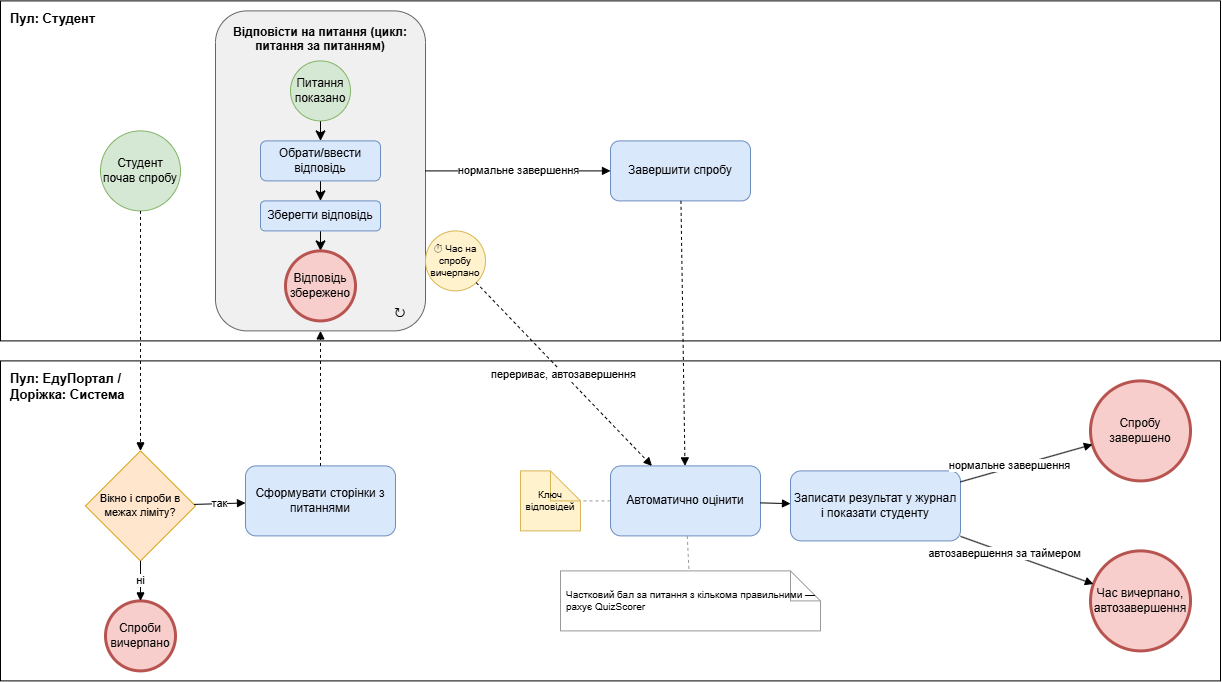
Above: docs/sprint1/bpmn/03_quiz.png in GlitchBelyi/labsTZYPS (draw.io), before the change. Source tidied: cells renumbered, new cells last; positions are measured from the earlier drawing's top-left corner, leaving out a move shared by most shapes.
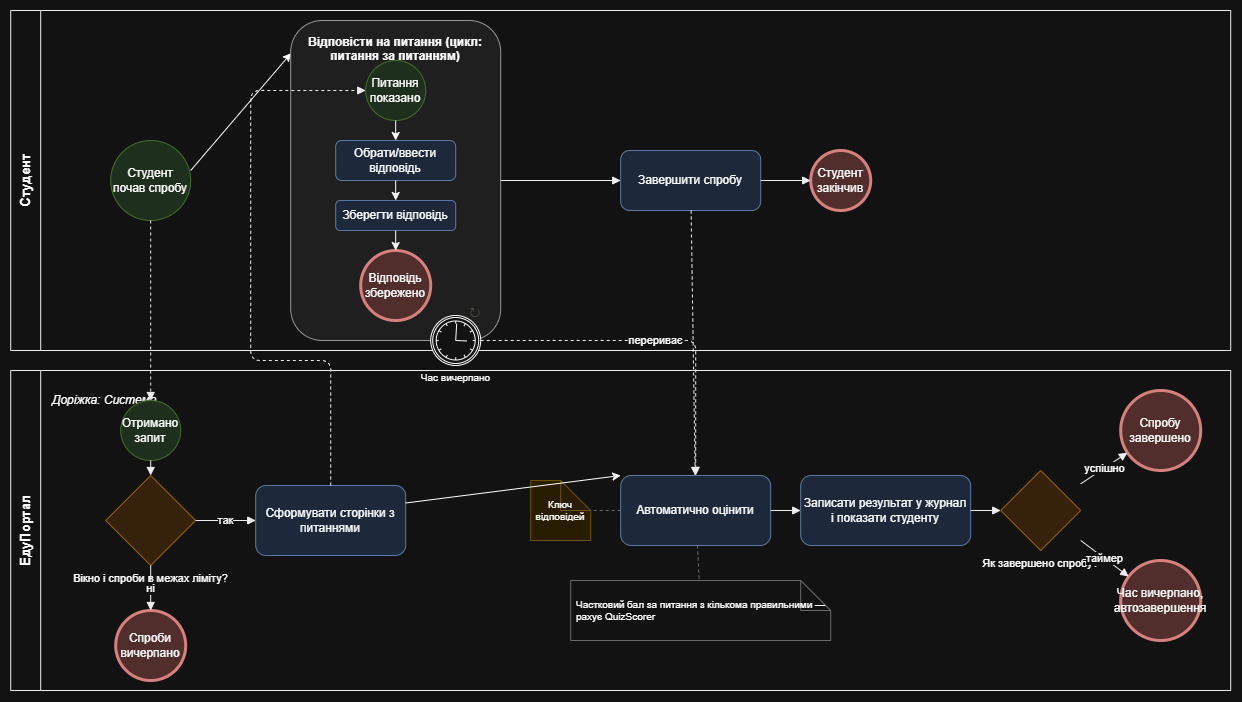
After the change.

Change to the diagram source:
```diff
@@ -2,32 +2,46 @@
   <root>
     <mxCell id="0" />
     <mxCell id="1" parent="0" />
-    <mxCell id="2" value="&lt;span style=&quot;color: light-dark(rgb(0, 0, 0), rgb(72, 71, 61));&quot;&gt;Пул: Студент&lt;/span&gt;" style="rounded=0;whiteSpace=wrap;html=1;fillColor=none;strokeColor=#000000;verticalAlign=top;align=left;fontStyle=1;fontSize=13;spacingLeft=8;spacingTop=4;" parent="1" vertex="1">
+    <mxCell id="2" value="Студент" style="swimlane;html=1;horizontal=0;whiteSpace=wrap;startSize=30;fillColor=none;strokeColor=#000000;fontStyle=1;fontSize=13;" parent="1" vertex="1">
       <mxGeometry width="1220" height="340" as="geometry" />
     </mxCell>
+    <mxCell id="37" style="endArrow=classic;html=1;rounded=0;entryX=0.002;entryY=0.102;entryDx=0;entryDy=0;entryPerimeter=0;" parent="2" edge="1" target="5">
+      <mxGeometry relative="1" as="geometry">
+        <mxPoint x="180" y="160" as="sourcePoint" />
+      </mxGeometry>
+    </mxCell>
-    <mxCell id="3" value="Пул: ЕдуПортал /&amp;nbsp;&lt;div&gt;Доріжка: Система&lt;/div&gt;" style="rounded=0;whiteSpace=wrap;html=1;fillColor=none;strokeColor=#000000;verticalAlign=top;align=left;fontStyle=1;fontSize=13;spacingLeft=8;spacingTop=4;" parent="1" vertex="1">
+    <mxCell id="3" value="ЕдуПортал" style="swimlane;html=1;horizontal=0;whiteSpace=wrap;startSize=30;fillColor=none;strokeColor=#000000;fontStyle=1;fontSize=13;" parent="1" vertex="1">
       <mxGeometry y="360" width="1220" height="320" as="geometry" />
     </mxCell>
+    <mxCell id="38" value="Доріжка: Система" style="text;html=1;align=left;verticalAlign=middle;fontStyle=2;fontSize=12;" parent="1" vertex="1">
+      <mxGeometry x="40" y="380" width="220" height="20" as="geometry" />
+    </mxCell>
     <mxCell id="4" value="Студент почав спробу" style="ellipse;whiteSpace=wrap;html=1;fillColor=#d5e8d4;strokeColor=#82b366;" parent="1" vertex="1">
       <mxGeometry x="100" y="130" width="80" height="80" as="geometry" />
     </mxCell>
+    <mxCell id="39" value="Отримано запит" style="ellipse;whiteSpace=wrap;html=1;fillColor=#d5e8d4;strokeColor=#82b366;" parent="1" vertex="1">
+      <mxGeometry x="110" y="390" width="60" height="60" as="geometry" />
+    </mxCell>
     <mxCell id="5" value="Відповісти на питання (цикл: питання за питанням)" style="rounded=1;whiteSpace=wrap;html=1;fillColor=#f0f0f0;strokeColor=#666666;verticalAlign=top;align=center;spacingTop=8;fontStyle=1;" parent="1" vertex="1">
-      <mxGeometry x="215" y="10" width="210" height="320" as="geometry" />
+      <mxGeometry x="280" y="10" width="210" height="320" as="geometry" />
     </mxCell>
-    <mxCell id="6" value="⏱ Час на спробу вичерпано" style="ellipse;whiteSpace=wrap;html=1;fillColor=#fff2cc;strokeColor=#d6b656;fontSize=10;" parent="1" vertex="1">
-      <mxGeometry x="425" y="230" width="60" height="60" as="geometry" />
+    <mxCell id="6" value="Час вичерпано" style="shape=mxgraph.bpmn.event;html=1;verticalLabelPosition=bottom;labelBackgroundColor=#ffffff;verticalAlign=top;align=center;perimeter=ellipsePerimeter;outlineConnect=0;outline=catching;symbol=timer;labelPosition=center;spacingTop=0;fontSize=10;" parent="1" vertex="1">
+      <mxGeometry x="420" y="305" width="50" height="50" as="geometry" />
     </mxCell>
     <mxCell id="7" value="Завершити спробу" style="rounded=1;whiteSpace=wrap;html=1;fillColor=#dae8fc;strokeColor=#6c8ebf;" parent="1" vertex="1">
       <mxGeometry x="610" y="140" width="140" height="60" as="geometry" />
     </mxCell>
+    <mxCell id="40" value="Студент закінчив" style="ellipse;whiteSpace=wrap;html=1;fillColor=#f8cecc;strokeColor=#b85450;strokeWidth=3;" parent="1" vertex="1">
+      <mxGeometry x="800" y="140" width="60" height="60" as="geometry" />
+    </mxCell>
-    <mxCell id="8" value="Вікно і спроби в межах ліміту?" style="rhombus;whiteSpace=wrap;html=1;fillColor=#ffe6cc;strokeColor=#d79b00;fontSize=11;" parent="1" vertex="1">
-      <mxGeometry x="85" y="450" width="110" height="110" as="geometry" />
+    <mxCell id="8" value="Вікно і спроби в межах ліміту?" style="shape=mxgraph.bpmn.gateway2;html=1;outlineConnect=0;bpmnGatewayType=exclusive;fillColor=#ffe6cc;strokeColor=#d79b00;fontSize=11;verticalLabelPosition=bottom;verticalAlign=top;align=center;" parent="1" vertex="1">
+      <mxGeometry x="95" y="465" width="90" height="90" as="geometry" />
     </mxCell>
     <mxCell id="9" value="Спроби вичерпано" style="ellipse;whiteSpace=wrap;html=1;fillColor=#f8cecc;strokeColor=#b85450;strokeWidth=3;" parent="1" vertex="1">
       <mxGeometry x="105" y="600" width="70" height="70" as="geometry" />
     </mxCell>
     <mxCell id="10" value="Сформувати сторінки з питаннями" style="rounded=1;whiteSpace=wrap;html=1;fillColor=#dae8fc;strokeColor=#6c8ebf;" parent="1" vertex="1">
-      <mxGeometry x="245" y="465" width="150" height="70" as="geometry" />
+      <mxGeometry x="245" y="475" width="150" height="70" as="geometry" />
     </mxCell>
     <mxCell id="11" value="Автоматично оцінити" style="rounded=1;whiteSpace=wrap;html=1;fillColor=#dae8fc;strokeColor=#6c8ebf;" parent="1" vertex="1">
       <mxGeometry x="610" y="465" width="150" height="70" as="geometry" />
@@ -39,30 +53,60 @@
       <mxGeometry x="560" y="570" width="260" height="60" as="geometry" />
     </mxCell>
     <mxCell id="14" value="Записати результат у журнал і показати студенту" style="rounded=1;whiteSpace=wrap;html=1;fillColor=#dae8fc;strokeColor=#6c8ebf;" parent="1" vertex="1">
-      <mxGeometry x="790" y="470" width="170" height="70" as="geometry" />
+      <mxGeometry x="790" y="465" width="170" height="70" as="geometry" />
     </mxCell>
+    <mxCell id="41" value="Як завершено спробу?" style="shape=mxgraph.bpmn.gateway2;html=1;outlineConnect=0;bpmnGatewayType=exclusive;fillColor=#ffe6cc;strokeColor=#d79b00;fontSize=11;verticalLabelPosition=bottom;verticalAlign=top;align=center;" parent="1" vertex="1">
+      <mxGeometry x="990" y="460" width="80" height="80" as="geometry" />
+    </mxCell>
     <mxCell id="15" value="Спробу завершено" style="ellipse;whiteSpace=wrap;html=1;fillColor=#f8cecc;strokeColor=#b85450;strokeWidth=3;" parent="1" vertex="1">
-      <mxGeometry x="1090" y="380" width="100" height="100" as="geometry" />
+      <mxGeometry x="1110" y="380" width="80" height="80" as="geometry" />
     </mxCell>
     <mxCell id="16" value="Час вичерпано, автозавершення" style="ellipse;whiteSpace=wrap;html=1;fillColor=#f8cecc;strokeColor=#b85450;strokeWidth=3;" parent="1" vertex="1">
-      <mxGeometry x="1090" y="550" width="100" height="100" as="geometry" />
+      <mxGeometry x="1110" y="550" width="80" height="80" as="geometry" />
     </mxCell>
-    <mxCell id="17" style="endArrow=block;dashed=1;html=1;strokeColor=#000000;" parent="1" edge="1" source="4" target="8">
-      <mxGeometry relative="1" as="geometry" />
-    </mxCell>
+    <mxCell id="30" value="Питання показано" style="ellipse;whiteSpace=wrap;html=1;fillColor=#d5e8d4;strokeColor=#82b366;" parent="1" vertex="1">
+      <mxGeometry x="355" y="50" width="60" height="60" as="geometry" />
+    </mxCell>
+    <mxCell id="32" value="Обрати/ввести відповідь" style="rounded=1;whiteSpace=wrap;html=1;fillColor=#dae8fc;strokeColor=#6c8ebf;" parent="1" vertex="1">
+      <mxGeometry x="325" y="130" width="120" height="40" as="geometry" />
+    </mxCell>
+    <mxCell id="34" value="Зберегти відповідь" style="rounded=1;whiteSpace=wrap;html=1;fillColor=#dae8fc;strokeColor=#6c8ebf;" parent="1" vertex="1">
+      <mxGeometry x="325" y="190" width="120" height="30" as="geometry" />
+    </mxCell>
+    <mxCell id="35" value="Відповідь збережено" style="ellipse;whiteSpace=wrap;html=1;fillColor=#f8cecc;strokeColor=#b85450;strokeWidth=3;" parent="1" vertex="1">
+      <mxGeometry x="350" y="240" width="70" height="70" as="geometry" />
+    </mxCell>
+    <mxCell id="36" value="&lt;br style=&quot;font-size: 13px; font-weight: 700; text-align: left;&quot;&gt;&lt;span style=&quot;color: light-dark(rgb(0, 0, 0), rgb(72, 71, 61)); font-size: 13px; font-weight: 700; text-align: left;&quot;&gt;&lt;span style=&quot;font-family: anthropic-sans, system-ui, &amp;quot;Segoe UI&amp;quot;, Roboto, Helvetica, Arial, &amp;quot;PingFang SC&amp;quot;, &amp;quot;PingFang TC&amp;quot;, &amp;quot;Hiragino Sans&amp;quot;, &amp;quot;Apple SD Gothic Neo&amp;quot;, sans-serif, ui-sans-serif, system-ui, -apple-system, &amp;quot;Segoe UI&amp;quot;, Roboto, &amp;quot;PingFang SC&amp;quot;, &amp;quot;PingFang TC&amp;quot;, &amp;quot;Hiragino Sans&amp;quot;, &amp;quot;Apple SD Gothic Neo&amp;quot;, sans-serif; font-size: 14px; font-weight: 400;&quot;&gt;↻&lt;/span&gt;&lt;/span&gt;" style="rounded=0;whiteSpace=wrap;html=1;fillColor=none;strokeColor=none;" parent="1" vertex="1">
+      <mxGeometry x="440" y="280" width="50" height="30" as="geometry" />
+    </mxCell>
+    <mxCell id="42" style="endArrow=block;dashed=1;html=1;strokeColor=#000000;" parent="1" edge="1" source="4" target="39">
+      <mxGeometry relative="1" as="geometry" />
+    </mxCell>
+    <mxCell id="43" style="endArrow=block;html=1;strokeColor=#000000;" parent="1" edge="1" source="39" target="8">
+      <mxGeometry relative="1" as="geometry" />
+    </mxCell>
     <mxCell id="18" value="ні" style="endArrow=block;html=1;strokeColor=#000000;" parent="1" edge="1" source="8" target="9">
       <mxGeometry relative="1" as="geometry" />
     </mxCell>
     <mxCell id="19" value="так" style="endArrow=block;html=1;strokeColor=#000000;" parent="1" edge="1" source="8" target="10">
       <mxGeometry relative="1" as="geometry" />
     </mxCell>
-    <mxCell id="20" style="endArrow=block;dashed=1;html=1;strokeColor=#000000;" parent="1" edge="1" source="10" target="5">
-      <mxGeometry relative="1" as="geometry" />
+    <mxCell id="20" style="endArrow=block;dashed=1;html=1;strokeColor=#000000;edgeStyle=orthogonalEdgeStyle;" parent="1" edge="1" source="10" target="30">
+      <mxGeometry relative="1" as="geometry">
+        <Array as="points">
+          <mxPoint x="320" y="350" />
+          <mxPoint x="240" y="350" />
+          <mxPoint x="240" y="80" />
+        </Array>
+      </mxGeometry>
     </mxCell>
-    <mxCell id="21" value="нормальне завершення" style="endArrow=block;html=1;strokeColor=#000000;" parent="1" edge="1" source="5" target="7">
+    <mxCell id="21" style="endArrow=block;html=1;strokeColor=#000000;" parent="1" edge="1" source="5" target="7">
       <mxGeometry relative="1" as="geometry" />
     </mxCell>
+    <mxCell id="44" style="endArrow=block;html=1;strokeColor=#000000;" parent="1" edge="1" source="7" target="40">
+      <mxGeometry relative="1" as="geometry" />
+    </mxCell>
-    <mxCell id="22" value="перериває, автозавершення" style="endArrow=block;dashed=1;html=1;strokeColor=#000000;" parent="1" edge="1" source="6" target="11">
+    <mxCell id="22" value="перериває" style="endArrow=block;html=1;strokeColor=#000000;edgeStyle=orthogonalEdgeStyle;dashed=1;" parent="1" edge="1" source="6" target="11">
       <mxGeometry relative="1" as="geometry" />
     </mxCell>
     <mxCell id="23" style="endArrow=block;dashed=1;html=1;strokeColor=#000000;" parent="1" edge="1" source="7" target="11">
@@ -77,35 +121,26 @@
     <mxCell id="26" style="endArrow=block;html=1;strokeColor=#000000;" parent="1" edge="1" source="11" target="14">
       <mxGeometry relative="1" as="geometry" />
     </mxCell>
+    <mxCell id="45" style="endArrow=block;html=1;strokeColor=#000000;" parent="1" edge="1" source="14" target="41">
+      <mxGeometry relative="1" as="geometry" />
+    </mxCell>
-    <mxCell id="27" value="нормальне завершення" style="endArrow=block;html=1;strokeColor=#000000;" parent="1" edge="1" source="14" target="15">
-      <mxGeometry x="-0.25" y="2" relative="1" as="geometry" />
+    <mxCell id="27" value="успішно" style="endArrow=block;html=1;strokeColor=#000000;" parent="1" edge="1" source="41" target="15">
+      <mxGeometry relative="1" as="geometry" />
     </mxCell>
-    <mxCell id="28" value="автозавершення за таймером" style="endArrow=block;html=1;strokeColor=#000000;" parent="1" edge="1" source="14" target="16">
-      <mxGeometry x="-0.34" y="-1" relative="1" as="geometry" />
+    <mxCell id="28" value="таймер" style="endArrow=block;html=1;strokeColor=#000000;" parent="1" edge="1" source="41" target="16">
+      <mxGeometry relative="1" as="geometry" />
     </mxCell>
-    <mxCell id="29" style="edgeStyle=none;curved=1;rounded=0;jettySize=auto;html=1;exitX=0.5;exitY=1;exitDx=0;exitDy=0;entryX=0.5;entryY=0;entryDx=0;entryDy=0;fontSize=12;startSize=8;endSize=8;" parent="1" edge="1" source="30" target="32">
+    <mxCell id="29" style="edgeStyle=none;html=1;" parent="1" edge="1" source="30" target="32">
       <mxGeometry relative="1" as="geometry" />
     </mxCell>
-    <mxCell id="30" value="Питання показано" style="ellipse;whiteSpace=wrap;html=1;fillColor=#d5e8d4;strokeColor=#82b366;" parent="1" vertex="1">
-      <mxGeometry x="290" y="60" width="60" height="60" as="geometry" />
-    </mxCell>
-    <mxCell id="31" style="edgeStyle=none;curved=1;rounded=0;jettySize=auto;html=1;entryX=0.5;entryY=0;entryDx=0;entryDy=0;fontSize=12;startSize=8;endSize=8;" parent="1" edge="1" source="32" target="34">
+    <mxCell id="31" style="edgeStyle=none;html=1;" parent="1" edge="1" source="32" target="34">
       <mxGeometry relative="1" as="geometry" />
     </mxCell>
-    <mxCell id="32" value="Обрати/ввести відповідь" style="rounded=1;whiteSpace=wrap;html=1;fillColor=#dae8fc;strokeColor=#6c8ebf;" parent="1" vertex="1">
-      <mxGeometry x="260" y="140" width="120" height="40" as="geometry" />
-    </mxCell>
-    <mxCell id="33" style="edgeStyle=none;curved=1;rounded=0;jettySize=auto;html=1;entryX=0.5;entryY=0;entryDx=0;entryDy=0;fontSize=12;startSize=8;endSize=8;" parent="1" edge="1" source="34" target="35">
+    <mxCell id="33" style="edgeStyle=none;html=1;" parent="1" edge="1" source="34" target="35">
       <mxGeometry relative="1" as="geometry" />
     </mxCell>
-    <mxCell id="34" value="Зберегти відповідь" style="rounded=1;whiteSpace=wrap;html=1;fillColor=#dae8fc;strokeColor=#6c8ebf;" parent="1" vertex="1">
-      <mxGeometry x="260" y="200" width="120" height="30" as="geometry" />
-    </mxCell>
-    <mxCell id="35" value="Відповідь збережено" style="ellipse;whiteSpace=wrap;html=1;fillColor=#f8cecc;strokeColor=#b85450;strokeWidth=3;" parent="1" vertex="1">
-      <mxGeometry x="285" y="250" width="70" height="70" as="geometry" />
-    </mxCell>
-    <mxCell id="36" value="&lt;br style=&quot;font-size: 13px; font-weight: 700; text-align: left;&quot;&gt;&lt;span style=&quot;color: light-dark(rgb(0, 0, 0), rgb(72, 71, 61)); font-size: 13px; font-weight: 700; text-align: left;&quot;&gt;&lt;span style=&quot;font-family: anthropic-sans, system-ui, &amp;quot;Segoe UI&amp;quot;, Roboto, Helvetica, Arial, &amp;quot;PingFang SC&amp;quot;, &amp;quot;PingFang TC&amp;quot;, &amp;quot;Hiragino Sans&amp;quot;, &amp;quot;Apple SD Gothic Neo&amp;quot;, sans-serif, ui-sans-serif, system-ui, -apple-system, &amp;quot;Segoe UI&amp;quot;, Roboto, &amp;quot;PingFang SC&amp;quot;, &amp;quot;PingFang TC&amp;quot;, &amp;quot;Hiragino Sans&amp;quot;, &amp;quot;Apple SD Gothic Neo&amp;quot;, sans-serif; font-size: 14px; font-weight: 400;&quot;&gt;↻&lt;/span&gt;&lt;/span&gt;" style="rounded=0;whiteSpace=wrap;html=1;fillColor=none;strokeColor=none;" parent="1" vertex="1">
-      <mxGeometry x="375" y="290" width="50" height="30" as="geometry" />
-    </mxCell>
+    <mxCell id="46" style="endArrow=classic;html=1;rounded=0;exitX=1;exitY=0.25;exitDx=0;exitDy=0;entryX=0;entryY=0;entryDx=0;entryDy=0;" parent="1" edge="1" source="10" target="11">
+      <mxGeometry relative="1" as="geometry" />
+    </mxCell>
   </root>
 </mxGraphModel>
```
